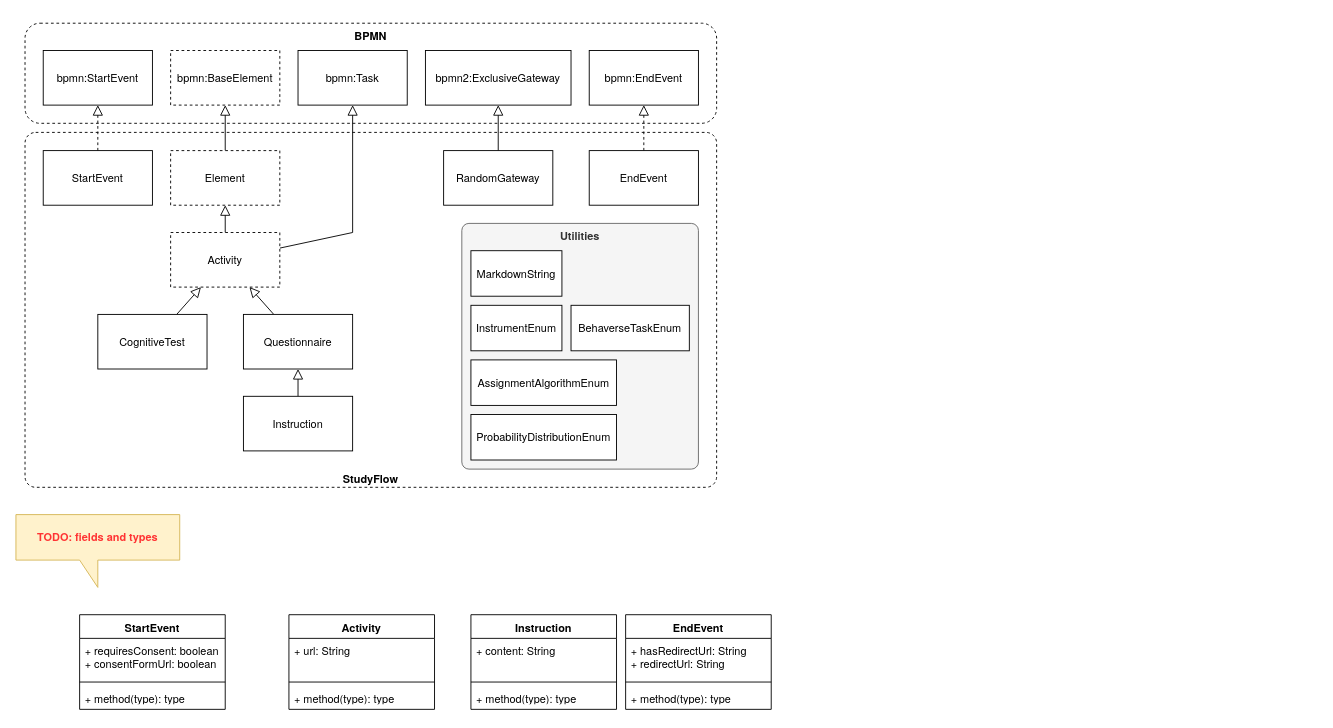
Above: docs/figures/studyflow_elements_uml.drawio in behaverse/studyflow-modeler (draw.io), before the change. Source tidied: cells renumbered, new cells numbered last; positions are measured from the earlier drawing's top-left corner, leaving out a move shared by most shapes. Both pictures are drawn from the tidied source at 91%, with x=0, y=0 at pixel (15, 23).
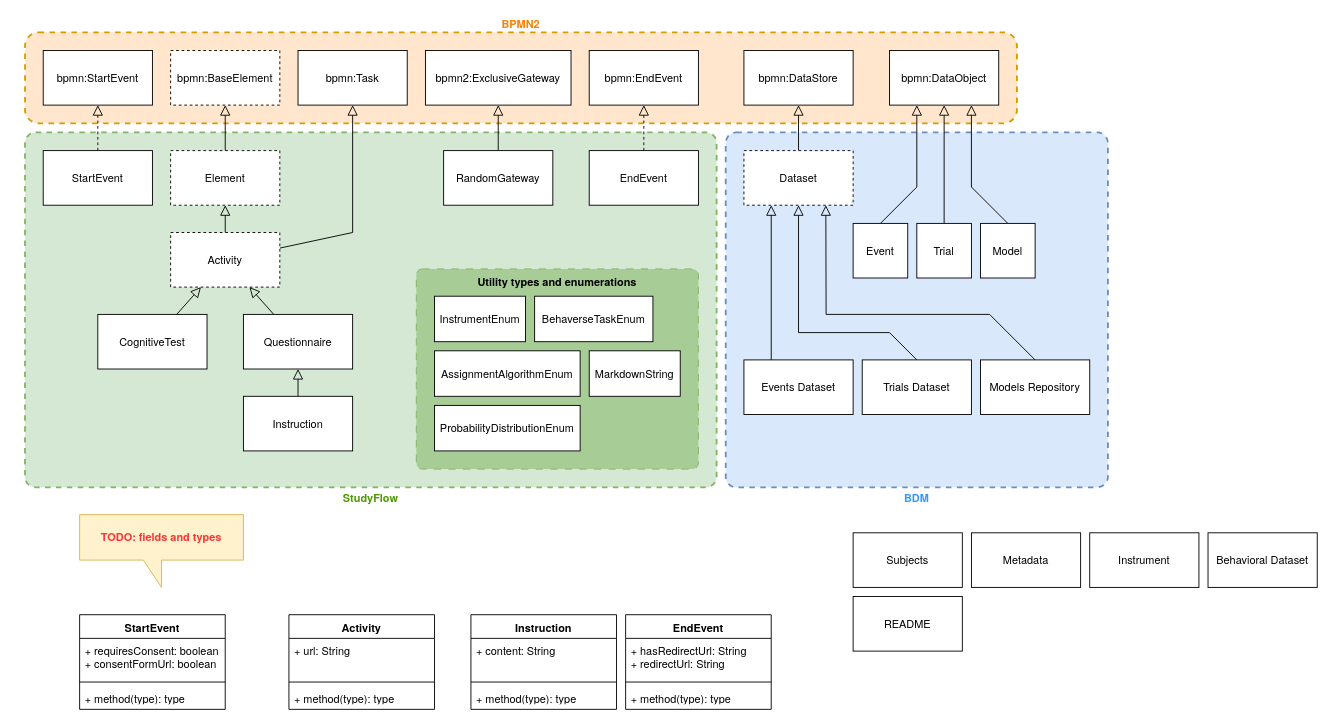
The same diagram, later.

Commit message (it also covers changes not shown here):
button to open bpmn files anf updated uml

Diff of the diagram source:
```diff
@@
+    <mxCell id="49" value="BDM" style="rounded=1;whiteSpace=wrap;html=1;arcSize=3;fillColor=#dae8fc;verticalAlign=top;fontStyle=1;dashed=1;align=center;fontFamily=Helvetica Neue;spacingTop=0;labelPosition=center;verticalLabelPosition=bottom;spacing=0;strokeWidth=2;strokeColor=#6c8ebf;fontColor=#3399FF;" parent="1" vertex="1">
+      <mxGeometry x="780" y="120" width="420" height="390" as="geometry" />
+    </mxCell>
-    <mxCell id="2" value="StudyFlow" style="rounded=1;whiteSpace=wrap;html=1;arcSize=3;fillColor=none;verticalAlign=bottom;fontStyle=1;dashed=1;align=center;fontFamily=Helvetica Neue;" parent="1" vertex="1">
+    <mxCell id="2" value="StudyFlow" style="rounded=1;whiteSpace=wrap;html=1;arcSize=3;fillColor=#d5e8d4;verticalAlign=top;fontStyle=1;dashed=1;align=center;fontFamily=Helvetica Neue;spacingTop=0;labelPosition=center;verticalLabelPosition=bottom;spacing=0;strokeWidth=2;strokeColor=#82b366;fontColor=#4D9900;" parent="1" vertex="1">
       <mxGeometry x="10" y="120" width="760" height="390" as="geometry" />
     </mxCell>
-    <mxCell id="3" value="Utilities" style="rounded=1;whiteSpace=wrap;html=1;arcSize=3;fontStyle=1;align=center;verticalAlign=top;fontFamily=Helvetica Neue;fillColor=#f5f5f5;fontColor=#333333;strokeColor=#666666;" parent="1" vertex="1">
-      <mxGeometry x="490" y="220" width="260" height="270" as="geometry" />
+    <mxCell id="3" value="Utility types and enumerations" style="rounded=1;whiteSpace=wrap;html=1;arcSize=3;fontStyle=1;align=center;verticalAlign=top;fontFamily=Helvetica Neue;fillColor=#A8CC96;strokeColor=#82b366;dashed=1;dashPattern=8 8;" parent="1" vertex="1">
+      <mxGeometry x="440" y="270" width="310" height="220" as="geometry" />
     </mxCell>
-    <mxCell id="4" value="BPMN" style="rounded=1;whiteSpace=wrap;html=1;fillColor=none;verticalAlign=top;fontStyle=1;dashed=1;perimeterSpacing=0;fontFamily=Helvetica Neue;fontSize=12;" parent="1" vertex="1">
-      <mxGeometry x="10" width="760" height="110" as="geometry" />
+    <mxCell id="4" value="BPMN2" style="rounded=1;whiteSpace=wrap;html=1;fillColor=#ffe6cc;verticalAlign=bottom;fontStyle=1;dashed=1;perimeterSpacing=0;fontFamily=Helvetica Neue;fontSize=12;align=center;labelPosition=center;verticalLabelPosition=top;strokeWidth=2;strokeColor=#d79b00;fontColor=#FF8000;" parent="1" vertex="1">
+      <mxGeometry x="10" y="10" width="1090" height="100" as="geometry" />
     </mxCell>
@@
     <mxCell id="43" value="MarkdownString" style="html=1;whiteSpace=wrap;fontFamily=Helvetica Neue;" parent="1" vertex="1">
-      <mxGeometry x="500" y="250" width="100" height="50" as="geometry" />
+      <mxGeometry x="630" y="360" width="100" height="50" as="geometry" />
     </mxCell>
     <mxCell id="44" value="AssignmentAlgorithmEnum" style="html=1;whiteSpace=wrap;fontFamily=Helvetica Neue;" parent="1" vertex="1">
-      <mxGeometry x="500" y="370" width="160" height="50" as="geometry" />
+      <mxGeometry x="460" y="360" width="160" height="50" as="geometry" />
     </mxCell>
     <mxCell id="45" value="ProbabilityDistributionEnum" style="html=1;whiteSpace=wrap;fontFamily=Helvetica Neue;" parent="1" vertex="1">
-      <mxGeometry x="500" y="430" width="160" height="50" as="geometry" />
+      <mxGeometry x="460" y="420" width="160" height="50" as="geometry" />
     </mxCell>
     <mxCell id="46" value="InstrumentEnum" style="html=1;whiteSpace=wrap;fontFamily=Helvetica Neue;" parent="1" vertex="1">
-      <mxGeometry x="500" y="310" width="100" height="50" as="geometry" />
+      <mxGeometry x="460" y="300" width="100" height="50" as="geometry" />
     </mxCell>
     <mxCell id="47" value="BehaverseTaskEnum" style="html=1;whiteSpace=wrap;fontFamily=Helvetica Neue;" parent="1" vertex="1">
-      <mxGeometry x="610" y="310" width="130" height="50" as="geometry" />
+      <mxGeometry x="570" y="300" width="130" height="50" as="geometry" />
     </mxCell>
-    <mxCell id="48" value="&lt;span style=&quot;color: rgb(255, 51, 51); font-weight: 700; text-wrap: nowrap;&quot;&gt;TODO: fields and types&lt;/span&gt;" style="shape=callout;whiteSpace=wrap;html=1;perimeter=calloutPerimeter;fillColor=#fff2cc;strokeColor=#d6b656;flipH=1;fontFamily=Helvetica Neue;" parent="1" vertex="1">
-      <mxGeometry y="540" width="180" height="80" as="geometry" />
+    <mxCell id="48" value="&lt;span style=&quot;color: rgb(255, 51, 51); font-weight: 700; text-wrap: nowrap;&quot;&gt;TODO: fields and types&lt;/span&gt;" style="shape=callout;whiteSpace=wrap;html=1;perimeter=calloutPerimeter;fillColor=#fff2cc;strokeColor=#d6b656;flipH=1;fontFamily=Helvetica Neue;base=20;size=30;position=0.5;" parent="1" vertex="1">
+      <mxGeometry x="70" y="540" width="180" height="80" as="geometry" />
     </mxCell>
+    <mxCell id="50" style="edgeStyle=orthogonalEdgeStyle;rounded=0;jettySize=auto;html=1;fontFamily=Helvetica Neue;endArrow=block;endFill=0;endSize=9;" parent="1" edge="1" source="51" target="54">
+      <mxGeometry relative="1" as="geometry" />
+    </mxCell>
+    <mxCell id="51" value="Dataset" style="rounded=0;whiteSpace=wrap;html=1;fontFamily=Helvetica Neue;dashed=1;" parent="1" vertex="1">
+      <mxGeometry x="800" y="140" width="120" height="60" as="geometry" />
+    </mxCell>
+    <mxCell id="52" style="rounded=0;jettySize=auto;html=1;endArrow=block;endFill=0;endSize=9;entryX=0.25;entryY=1;entryDx=0;entryDy=0;exitX=0.5;exitY=0;exitDx=0;exitDy=0;" parent="1" edge="1" source="53" target="55">
+      <mxGeometry relative="1" as="geometry">
+        <Array as="points">
+          <mxPoint x="990" y="180" />
+        </Array>
+      </mxGeometry>
+    </mxCell>
+    <mxCell id="53" value="Event" style="rounded=0;whiteSpace=wrap;html=1;fontFamily=Helvetica Neue;" parent="1" vertex="1">
+      <mxGeometry x="920" y="220" width="60" height="60" as="geometry" />
+    </mxCell>
+    <mxCell id="54" value="bpmn:DataStore" style="rounded=0;whiteSpace=wrap;html=1;fontFamily=Helvetica Neue;fontSize=12;" parent="1" vertex="1">
+      <mxGeometry x="800" y="30" width="120" height="60" as="geometry" />
+    </mxCell>
+    <mxCell id="55" value="bpmn:DataObject" style="rounded=0;whiteSpace=wrap;html=1;fontFamily=Helvetica Neue;fontSize=12;" parent="1" vertex="1">
+      <mxGeometry x="960" y="30" width="120" height="60" as="geometry" />
+    </mxCell>
+    <mxCell id="56" style="rounded=0;orthogonalLoop=1;jettySize=auto;html=1;fontFamily=Helvetica Neue;endArrow=block;endFill=0;endSize=9;" parent="1" edge="1">
+      <mxGeometry relative="1" as="geometry">
+        <mxPoint x="830" y="370" as="sourcePoint" />
+        <mxPoint x="830" y="200" as="targetPoint" />
+      </mxGeometry>
+    </mxCell>
+    <mxCell id="57" value="Events Dataset" style="rounded=0;whiteSpace=wrap;html=1;fontFamily=Helvetica Neue;" parent="1" vertex="1">
+      <mxGeometry x="800" y="370" width="120" height="60" as="geometry" />
+    </mxCell>
+    <mxCell id="58" style="rounded=0;jettySize=auto;html=1;fontFamily=Helvetica Neue;endArrow=block;endFill=0;endSize=9;exitX=0.5;exitY=0;exitDx=0;exitDy=0;" parent="1" edge="1" source="59">
+      <mxGeometry relative="1" as="geometry">
+        <mxPoint x="860" y="200" as="targetPoint" />
+        <Array as="points">
+          <mxPoint x="960" y="340" />
+          <mxPoint x="860" y="340" />
+        </Array>
+      </mxGeometry>
+    </mxCell>
+    <mxCell id="59" value="Trials Dataset" style="rounded=0;whiteSpace=wrap;html=1;fontFamily=Helvetica Neue;" parent="1" vertex="1">
+      <mxGeometry x="930" y="370" width="120" height="60" as="geometry" />
+    </mxCell>
+    <mxCell id="60" style="rounded=0;jettySize=auto;html=1;endArrow=block;endFill=0;endSize=9;entryX=0.75;entryY=1;entryDx=0;entryDy=0;exitX=0.5;exitY=0;exitDx=0;exitDy=0;" parent="1" edge="1" source="61" target="55">
+      <mxGeometry relative="1" as="geometry">
+        <Array as="points">
+          <mxPoint x="1050" y="180" />
+        </Array>
+      </mxGeometry>
+    </mxCell>
+    <mxCell id="61" value="Model" style="rounded=0;whiteSpace=wrap;html=1;fontFamily=Helvetica Neue;" parent="1" vertex="1">
+      <mxGeometry x="1060" y="220" width="60" height="60" as="geometry" />
+    </mxCell>
+    <mxCell id="62" style="rounded=0;jettySize=auto;html=1;endArrow=block;endFill=0;endSize=9;" parent="1" edge="1" source="63" target="55">
+      <mxGeometry relative="1" as="geometry" />
+    </mxCell>
+    <mxCell id="63" value="Trial" style="rounded=0;whiteSpace=wrap;html=1;fontFamily=Helvetica Neue;" parent="1" vertex="1">
+      <mxGeometry x="990" y="220" width="60" height="60" as="geometry" />
+    </mxCell>
+    <mxCell id="64" style="rounded=0;jettySize=auto;html=1;endArrow=block;endFill=0;endSize=9;exitX=0.5;exitY=0;exitDx=0;exitDy=0;" parent="1" edge="1" source="65">
+      <mxGeometry relative="1" as="geometry">
+        <mxPoint x="890" y="200" as="targetPoint" />
+        <Array as="points">
+          <mxPoint x="1070" y="320" />
+          <mxPoint x="890.3" y="320" />
+        </Array>
+      </mxGeometry>
+    </mxCell>
+    <mxCell id="65" value="Models Repository" style="rounded=0;whiteSpace=wrap;html=1;fontFamily=Helvetica Neue;" parent="1" vertex="1">
+      <mxGeometry x="1060" y="370" width="120" height="60" as="geometry" />
+    </mxCell>
+    <mxCell id="66" value="Subjects" style="rounded=0;whiteSpace=wrap;html=1;fontFamily=Helvetica Neue;" parent="1" vertex="1">
+      <mxGeometry x="920" y="560" width="120" height="60" as="geometry" />
+    </mxCell>
+    <mxCell id="67" value="Metadata" style="rounded=0;whiteSpace=wrap;html=1;fontFamily=Helvetica Neue;" parent="1" vertex="1">
+      <mxGeometry x="1050" y="560" width="120" height="60" as="geometry" />
+    </mxCell>
+    <mxCell id="68" value="Instrument" style="rounded=0;whiteSpace=wrap;html=1;fontFamily=Helvetica Neue;" parent="1" vertex="1">
+      <mxGeometry x="1180" y="560" width="120" height="60" as="geometry" />
+    </mxCell>
+    <mxCell id="69" value="Behavioral Dataset" style="rounded=0;whiteSpace=wrap;html=1;fontFamily=Helvetica Neue;" parent="1" vertex="1">
+      <mxGeometry x="1310" y="560" width="120" height="60" as="geometry" />
+    </mxCell>
+    <mxCell id="70" value="README" style="rounded=0;whiteSpace=wrap;html=1;fontFamily=Helvetica Neue;" parent="1" vertex="1">
+      <mxGeometry x="920" y="630" width="120" height="60" as="geometry" />
+    </mxCell>
```
